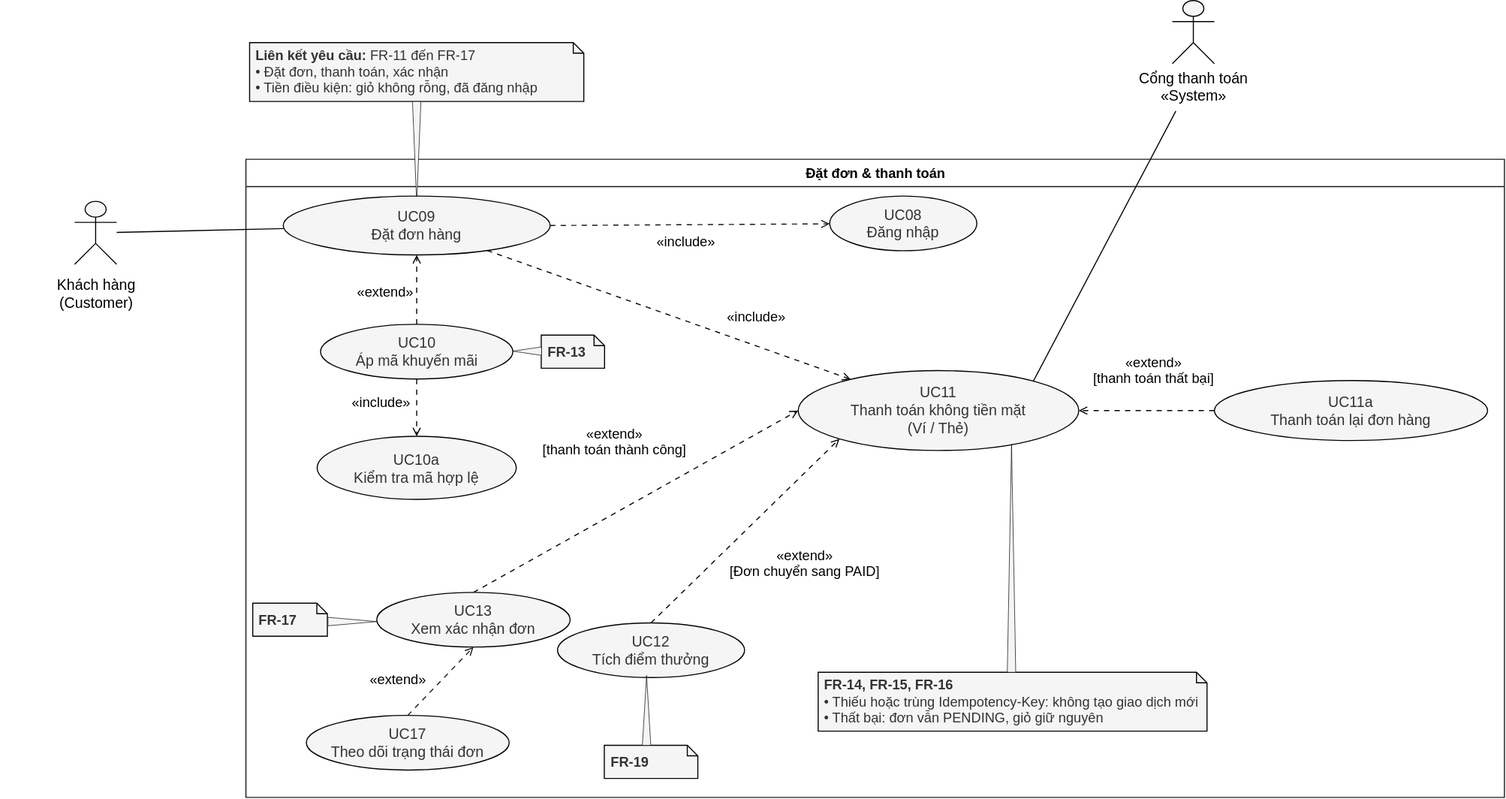
This is docs/diagrams/usecase-checkout.svg from DjCurse/BrewLite-2, a draw.io export, as it was before one commit. Source tidied: cells renumbered, new cells last; positions are measured from the earlier drawing's top-left corner, leaving out a move shared by most shapes. Source of this version:
```xml
<mxGraphModel>
  <root>
    <mxCell id="0" />
    <mxCell id="1" parent="0" />
    <mxCell id="2" value="Đặt đơn &amp; thanh toán" style="swimlane;startSize=26;fillColor=none;strokeColor=#181818;fontColor=#000000;fontSize=13;fontStyle=1;whiteSpace=wrap;" parent="1" vertex="1">
      <mxGeometry x="233.5" y="151" width="1197.5" height="607" as="geometry" />
    </mxCell>
    <mxCell id="3" style="shape=umlActor;html=1;fontSize=14;fillColor=#f5f5f5;fontColor=#333333;strokeColor=#000000;" parent="1" vertex="1">
      <mxGeometry x="70.5" y="191" width="40" height="60" as="geometry" />
    </mxCell>
    <mxCell id="4" style="endArrow=none;endFill=0;fontColor=#000000;fontSize=13;edgeStyle=none;rounded=0;html=1;curved=0;endSize=6;sourcePerimeterSpacing=0;targetPerimeterSpacing=0;fillColor=#f5f5f5;strokeColor=#000000;" parent="1" edge="1" source="3" target="9">
      <mxGeometry relative="1" as="geometry" />
    </mxCell>
    <mxCell id="5" style="endArrow=none;fontColor=#000000;fontSize=13;edgeStyle=none;rounded=0;html=1;curved=0;endSize=6;sourcePerimeterSpacing=0;targetPerimeterSpacing=0;exitX=0.343;exitY=1.051;exitDx=0;exitDy=0;exitPerimeter=0;entryX=0.716;entryY=0.945;entryDx=0;entryDy=0;entryPerimeter=0;fillColor=#f5f5f5;strokeColor=#000000;" parent="1" edge="1" source="34" target="11">
      <mxGeometry relative="1" as="geometry" />
    </mxCell>
    <mxCell id="6" value="&lt;b&gt;Liên kết yêu cầu:&lt;/b&gt; FR-11 đến FR-17&lt;br&gt;• Đặt đơn, thanh toán, xác nhận&lt;br&gt;• Tiền điều kiện: giỏ không rỗng, đã đăng nhập" style="shape=note;size=10;fontSize=13;whiteSpace=wrap;align=left;spacingLeft=4;html=1;fillColor=#f5f5f5;fontColor=#333333;strokeColor=#000000;" parent="1" vertex="1">
      <mxGeometry x="237" y="40" width="318" height="56" as="geometry" />
    </mxCell>
    <mxCell id="7" style="shape=triangle;strokeWidth=0.5;direction=south;fillColor=#f5f5f5;fontColor=#333333;strokeColor=#000000;" parent="1" vertex="1">
      <mxGeometry x="392" y="96" width="8" height="97" as="geometry" />
    </mxCell>
    <mxCell id="8" value="UC10&lt;br&gt;Áp mã khuyến mãi" style="ellipse;html=1;whiteSpace=wrap;fontSize=14;fillColor=#f5f5f5;fontColor=#333333;strokeColor=#000000;" parent="1" vertex="1">
      <mxGeometry x="304.5" y="308" width="183" height="52" as="geometry" />
    </mxCell>
    <mxCell id="9" value="UC09&lt;br&gt;Đặt đơn hàng" style="ellipse;html=1;whiteSpace=wrap;fontSize=14;fillColor=#f5f5f5;fontColor=#333333;strokeColor=#000000;" parent="1" vertex="1">
      <mxGeometry x="269" y="186" width="254" height="56" as="geometry" />
    </mxCell>
    <mxCell id="10" value="UC10a&lt;br&gt;Kiểm tra mã hợp lệ" style="ellipse;html=1;whiteSpace=wrap;fontSize=14;fillColor=#f5f5f5;fontColor=#333333;strokeColor=#000000;" parent="1" vertex="1">
      <mxGeometry x="301.2" y="414.5" width="189.5" height="60" as="geometry" />
    </mxCell>
    <mxCell id="11" value="UC11&lt;br&gt;Thanh toán không tiền mặt&lt;br&gt;(Ví / Thẻ)" style="ellipse;html=1;whiteSpace=wrap;fontSize=14;fillColor=#f5f5f5;fontColor=#333333;strokeColor=#000000;" parent="1" vertex="1">
      <mxGeometry x="759" y="352" width="267" height="76" as="geometry" />
    </mxCell>
    <mxCell id="12" value="«extend»" style="endArrow=open;dashed=1;dashPattern=5 5;fontColor=#000000;fontSize=13;edgeStyle=none;rounded=0;html=1;verticalAlign=bottom;curved=0;endSize=6;sourcePerimeterSpacing=0;targetPerimeterSpacing=0;fillColor=#f5f5f5;strokeColor=#000000;" parent="1" edge="1" source="8" target="9">
      <mxGeometry x="-0.38" y="30" relative="1" as="geometry" />
    </mxCell>
    <mxCell id="13" value="«include»" style="endArrow=open;dashed=1;dashPattern=5 5;fontColor=#000000;fontSize=13;edgeStyle=none;rounded=0;html=1;verticalAlign=bottom;curved=0;endSize=6;sourcePerimeterSpacing=0;targetPerimeterSpacing=0;fillColor=#f5f5f5;strokeColor=#000000;" parent="1" edge="1" source="8" target="10">
      <mxGeometry x="0.23" y="-34" relative="1" as="geometry" />
    </mxCell>
    <mxCell id="14" value="«extend»&lt;br&gt;[thanh toán thành công]" style="endArrow=open;dashed=1;dashPattern=5 5;fontColor=#000000;fontSize=13;edgeStyle=none;rounded=0;html=1;verticalAlign=bottom;curved=0;endSize=6;sourcePerimeterSpacing=0;targetPerimeterSpacing=0;entryX=0;entryY=0.5;entryDx=0;entryDy=0;exitX=0.5;exitY=0;exitDx=0;exitDy=0;fillColor=#f5f5f5;strokeColor=#000000;" parent="1" edge="1" source="21" target="11">
      <mxGeometry x="0.01" y="44" relative="1" as="geometry" />
    </mxCell>
    <mxCell id="15" value="«extend»&lt;br&gt;[Đơn chuyển sang PAID]" style="endArrow=open;dashed=1;dashPattern=5 5;fontColor=#000000;fontSize=13;edgeStyle=none;rounded=0;html=1;verticalAlign=bottom;curved=0;endSize=6;sourcePerimeterSpacing=0;targetPerimeterSpacing=0;entryX=0;entryY=1;entryDx=0;entryDy=0;exitX=0.5;exitY=0;exitDx=0;exitDy=0;fillColor=#f5f5f5;strokeColor=#000000;" parent="1" edge="1" source="20" target="11">
      <mxGeometry x="0.04" y="-75" relative="1" as="geometry" />
    </mxCell>
    <mxCell id="16" value="«include»" style="endArrow=open;dashed=1;dashPattern=5 5;fontColor=#000000;fontSize=13;edgeStyle=none;rounded=0;html=1;verticalAlign=bottom;curved=0;endSize=6;sourcePerimeterSpacing=0;targetPerimeterSpacing=0;fillColor=#f5f5f5;strokeColor=#000000;" parent="1" edge="1" source="9" target="11">
      <mxGeometry x="0.45" y="15" relative="1" as="geometry" />
    </mxCell>
    <mxCell id="17" value="«extend»&lt;br&gt;[thanh toán thất bại]" style="endArrow=open;dashed=1;dashPattern=5 5;fontColor=#000000;fontSize=13;edgeStyle=none;rounded=0;html=1;verticalAlign=bottom;curved=0;endSize=6;sourcePerimeterSpacing=0;targetPerimeterSpacing=0;fillColor=#f5f5f5;strokeColor=#000000;exitX=0;exitY=0.5;exitDx=0;exitDy=0;" parent="1" edge="1" source="19" target="11">
      <mxGeometry x="-0.1" y="-20" relative="1" as="geometry" />
    </mxCell>
    <mxCell id="18" value="Khách hàng&#10;(Customer)" style="text;html=1;align=center;verticalAlign=middle;spacingBottom=1;fontSize=14;strokeColor=#FFFFFF;" parent="1" vertex="1">
      <mxGeometry y="259" width="181" height="41" as="geometry" />
    </mxCell>
    <mxCell id="19" value="UC11a&lt;br&gt;Thanh toán lại đơn hàng" style="ellipse;html=1;whiteSpace=wrap;fontSize=14;fillColor=#f5f5f5;fontColor=#333333;strokeColor=#000000;" parent="1" vertex="1">
      <mxGeometry x="1155" y="361.5" width="260" height="57" as="geometry" />
    </mxCell>
    <mxCell id="20" value="UC12&lt;br&gt;Tích điểm thưởng" style="ellipse;html=1;whiteSpace=wrap;fontSize=14;fillColor=#f5f5f5;fontColor=#333333;strokeColor=#000000;" parent="1" vertex="1">
      <mxGeometry x="530" y="592" width="178" height="52" as="geometry" />
    </mxCell>
    <mxCell id="21" value="UC13&lt;br&gt;Xem xác nhận đơn" style="ellipse;html=1;whiteSpace=wrap;fontSize=14;fillColor=#f5f5f5;fontColor=#333333;strokeColor=#000000;" parent="1" vertex="1">
      <mxGeometry x="358" y="563" width="184" height="52" as="geometry" />
    </mxCell>
    <mxCell id="22" value="&lt;b&gt;FR-17&lt;/b&gt;" style="shape=note;size=10;fontSize=13;whiteSpace=wrap;align=left;spacingLeft=4;html=1;fillColor=#f5f5f5;fontColor=#333333;strokeColor=#000000;" parent="1" vertex="1">
      <mxGeometry x="240" y="573.2" width="71" height="31.5" as="geometry" />
    </mxCell>
    <mxCell id="23" style="shape=triangle;strokeWidth=0.5;direction=north;fillColor=#f5f5f5;fontColor=#333333;strokeColor=#000000;rotation=90;" parent="1" vertex="1">
      <mxGeometry x="330.8" y="567.5" width="8" height="46.4" as="geometry" />
    </mxCell>
    <mxCell id="24" value="&lt;b&gt;FR-13&lt;/b&gt;" style="shape=note;size=10;fontSize=13;whiteSpace=wrap;align=left;spacingLeft=4;html=1;fillColor=#f5f5f5;fontColor=#333333;strokeColor=#000000;" parent="1" vertex="1">
      <mxGeometry x="514.5" y="318.2" width="60.2" height="31.5" as="geometry" />
    </mxCell>
    <mxCell id="25" style="shape=triangle;strokeWidth=0.5;direction=north;rotation=-90;fillColor=#f5f5f5;fontColor=#333333;strokeColor=#000000;" parent="1" vertex="1">
      <mxGeometry x="497.1" y="319.9" width="8" height="27.2" as="geometry" />
    </mxCell>
    <mxCell id="26" value="&lt;b&gt;FR-19&lt;/b&gt;" style="shape=note;size=10;fontSize=13;whiteSpace=wrap;align=left;spacingLeft=4;html=1;fillColor=#f5f5f5;fontColor=#333333;strokeColor=#000000;" parent="1" vertex="1">
      <mxGeometry x="574.5" y="708.5" width="89" height="31.5" as="geometry" />
    </mxCell>
    <mxCell id="27" style="shape=triangle;strokeWidth=0.5;direction=north;fillColor=#f5f5f5;fontColor=#333333;strokeColor=#000000;" parent="1" vertex="1">
      <mxGeometry x="610.8" y="642" width="8" height="66.5" as="geometry" />
    </mxCell>
    <mxCell id="28" value="UC17&lt;br&gt;Theo dõi trạng thái đơn" style="ellipse;html=1;fillColor=#f5f5f5;strokeColor=#000000;whiteSpace=wrap;fontColor=#333333;fontSize=14;align=center;verticalAlign=middle;fontFamily=Helvetica;" parent="1" vertex="1">
      <mxGeometry x="291" y="680" width="193" height="52" as="geometry" />
    </mxCell>
    <mxCell id="29" value="«extend»" style="endArrow=open;dashed=1;dashPattern=5 5;strokeColor=#181818;fontColor=#000000;fontSize=13;edgeStyle=none;rounded=0;html=1;verticalAlign=bottom;curved=0;endSize=6;sourcePerimeterSpacing=0;targetPerimeterSpacing=0;exitX=0.5;exitY=0;exitDx=0;exitDy=0;entryX=0.5;entryY=1;entryDx=0;entryDy=0;" parent="1" edge="1" source="28" target="21">
      <mxGeometry x="-0.78" y="23" relative="1" as="geometry" />
    </mxCell>
    <mxCell id="30" value="UC08&lt;br&gt;Đăng nhập" style="ellipse;html=1;fillColor=#f5f5f5;strokeColor=#000000;whiteSpace=wrap;fontColor=#333333;fontSize=14;align=center;verticalAlign=middle;fontFamily=Helvetica;" parent="1" vertex="1">
      <mxGeometry x="789" y="186" width="140" height="52" as="geometry" />
    </mxCell>
    <mxCell id="31" value="«include»" style="endArrow=open;dashed=1;dashPattern=5 5;strokeColor=#181818;fontColor=#000000;fontSize=13;edgeStyle=none;rounded=0;html=1;verticalAlign=bottom;curved=0;endSize=6;sourcePerimeterSpacing=0;targetPerimeterSpacing=0;exitX=1;exitY=0.5;exitDx=0;exitDy=0;" parent="1" edge="1" source="9" target="30">
      <mxGeometry x="-0.03" y="-27" relative="1" as="geometry" />
    </mxCell>
    <mxCell id="32" style="group;" parent="1" vertex="1">
      <mxGeometry x="1082" width="106" height="103" as="geometry" />
    </mxCell>
    <mxCell id="33" style="shape=umlActor;html=1;fontSize=14;fillColor=#f5f5f5;fontColor=#333333;strokeColor=#000000;" parent="32" vertex="1">
      <mxGeometry x="33" width="40" height="60" as="geometry" />
    </mxCell>
    <mxCell id="34" value="Cổng thanh toán&lt;br&gt;«System»" style="text;html=1;align=center;verticalAlign=middle;spacingBottom=1;fontSize=14;fontFamily=Helvetica;" parent="32" vertex="1">
      <mxGeometry y="62" width="106" height="41" as="geometry" />
    </mxCell>
    <mxCell id="35" value="&lt;b&gt;FR-14, FR-15, FR-16&lt;/b&gt;&lt;br&gt;• Thiếu hoặc trùng Idempotency-Key: không tạo giao dịch mới&lt;br&gt;• Thất bại: đơn vẫn PENDING, giỏ giữ nguyên" style="shape=note;size=10;fontSize=13;whiteSpace=wrap;align=left;spacingLeft=4;html=1;fillColor=#f5f5f5;fontColor=#333333;strokeColor=#000000;" parent="1" vertex="1">
      <mxGeometry x="778" y="639" width="370" height="56" as="geometry" />
    </mxCell>
    <mxCell id="36" style="shape=triangle;strokeWidth=0.5;direction=north;fillColor=#f5f5f5;fontColor=#333333;strokeColor=#000000;" parent="1" vertex="1">
      <mxGeometry x="958" y="422" width="8" height="217" as="geometry" />
    </mxCell>
  </root>
</mxGraphModel>
```
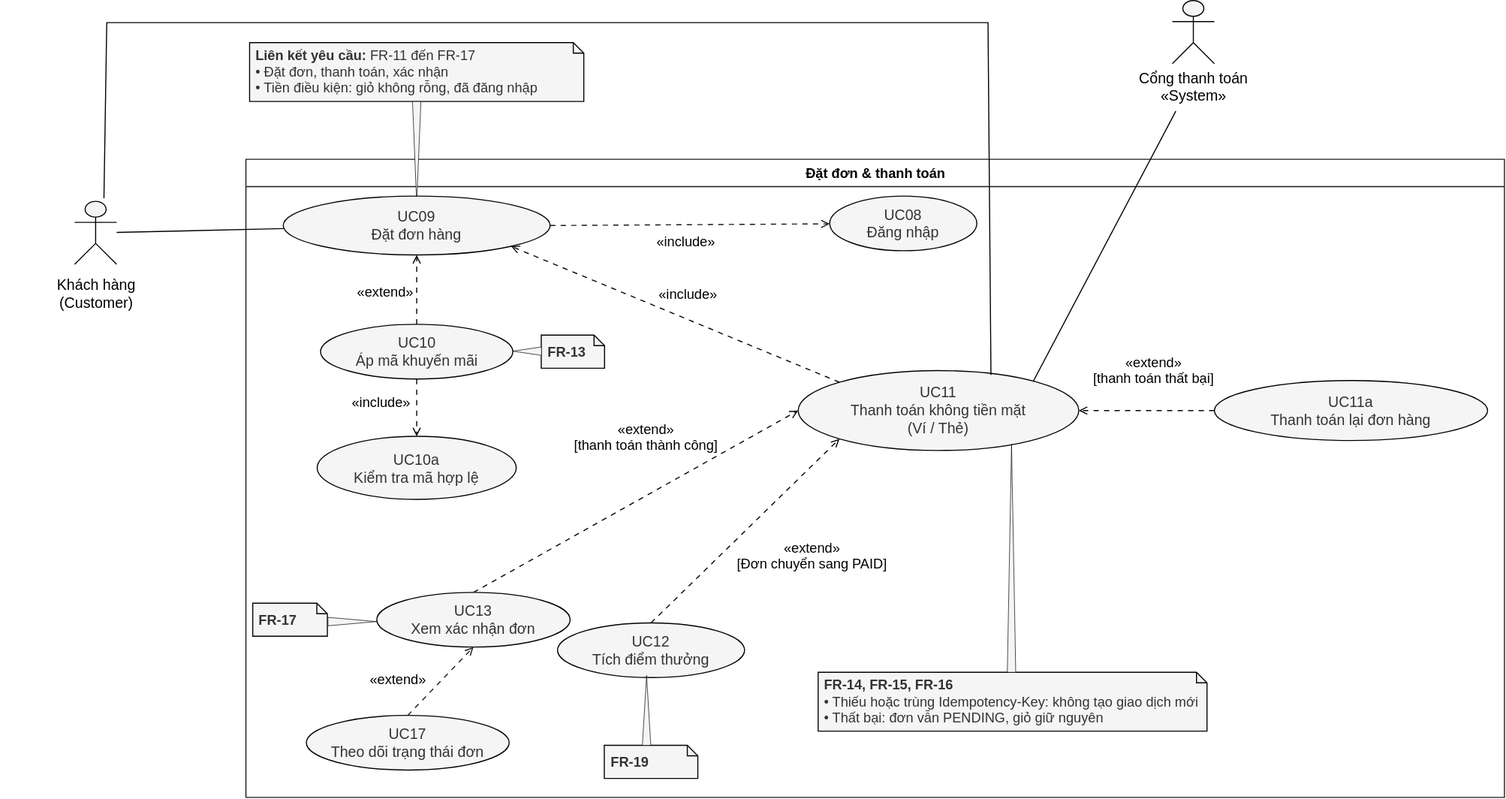
After the change.

Commit message:
đặc tả usecase đặt đơn và thanh toán

What changed in the source:
```diff
@@ -39,13 +39,13 @@
       <mxGeometry x="0.23" y="-34" relative="1" as="geometry" />
     </mxCell>
     <mxCell id="14" value="«extend»&lt;br&gt;[thanh toán thành công]" style="endArrow=open;dashed=1;dashPattern=5 5;fontColor=#000000;fontSize=13;edgeStyle=none;rounded=0;html=1;verticalAlign=bottom;curved=0;endSize=6;sourcePerimeterSpacing=0;targetPerimeterSpacing=0;entryX=0;entryY=0.5;entryDx=0;entryDy=0;exitX=0.5;exitY=0;exitDx=0;exitDy=0;fillColor=#f5f5f5;strokeColor=#000000;" parent="1" edge="1" source="21" target="11">
-      <mxGeometry x="0.01" y="44" relative="1" as="geometry" />
+      <mxGeometry x="0.16" y="33" relative="1" as="geometry" />
     </mxCell>
     <mxCell id="15" value="«extend»&lt;br&gt;[Đơn chuyển sang PAID]" style="endArrow=open;dashed=1;dashPattern=5 5;fontColor=#000000;fontSize=13;edgeStyle=none;rounded=0;html=1;verticalAlign=bottom;curved=0;endSize=6;sourcePerimeterSpacing=0;targetPerimeterSpacing=0;entryX=0;entryY=1;entryDx=0;entryDy=0;exitX=0.5;exitY=0;exitDx=0;exitDy=0;fillColor=#f5f5f5;strokeColor=#000000;" parent="1" edge="1" source="20" target="11">
-      <mxGeometry x="0.04" y="-75" relative="1" as="geometry" />
+      <mxGeometry x="0.12" y="-75" relative="1" as="geometry" />
     </mxCell>
-    <mxCell id="16" value="«include»" style="endArrow=open;dashed=1;dashPattern=5 5;fontColor=#000000;fontSize=13;edgeStyle=none;rounded=0;html=1;verticalAlign=bottom;curved=0;endSize=6;sourcePerimeterSpacing=0;targetPerimeterSpacing=0;fillColor=#f5f5f5;strokeColor=#000000;" parent="1" edge="1" source="9" target="11">
-      <mxGeometry x="0.45" y="15" relative="1" as="geometry" />
+    <mxCell id="16" value="«include»" style="endArrow=open;dashed=1;dashPattern=5 5;fontColor=#000000;fontSize=13;edgeStyle=none;rounded=0;html=1;verticalAlign=bottom;curved=0;endSize=6;sourcePerimeterSpacing=0;targetPerimeterSpacing=0;fillColor=#f5f5f5;strokeColor=#000000;exitX=0;exitY=0;exitDx=0;exitDy=0;entryX=1;entryY=1;entryDx=0;entryDy=0;" parent="1" edge="1" source="11" target="9">
+      <mxGeometry x="-0.05" y="-12" relative="1" as="geometry" />
     </mxCell>
     <mxCell id="17" value="«extend»&lt;br&gt;[thanh toán thất bại]" style="endArrow=open;dashed=1;dashPattern=5 5;fontColor=#000000;fontSize=13;edgeStyle=none;rounded=0;html=1;verticalAlign=bottom;curved=0;endSize=6;sourcePerimeterSpacing=0;targetPerimeterSpacing=0;fillColor=#f5f5f5;strokeColor=#000000;exitX=0;exitY=0.5;exitDx=0;exitDy=0;" parent="1" edge="1" source="19" target="11">
       <mxGeometry x="-0.1" y="-20" relative="1" as="geometry" />
@@ -107,5 +107,14 @@
     <mxCell id="36" style="shape=triangle;strokeWidth=0.5;direction=north;fillColor=#f5f5f5;fontColor=#333333;strokeColor=#000000;" parent="1" vertex="1">
       <mxGeometry x="958" y="422" width="8" height="217" as="geometry" />
     </mxCell>
+    <mxCell id="37" style="endArrow=none;endFill=0;fontColor=#000000;fontSize=13;edgeStyle=none;rounded=0;html=1;curved=0;endSize=6;sourcePerimeterSpacing=0;targetPerimeterSpacing=0;fillColor=#f5f5f5;strokeColor=#000000;entryX=0.687;entryY=0.055;entryDx=0;entryDy=0;entryPerimeter=0;" parent="1" edge="1" target="11">
+      <mxGeometry relative="1" as="geometry">
+        <mxPoint x="98.4" y="188" as="sourcePoint" />
+        <Array as="points">
+          <mxPoint x="101.1" y="21" />
+          <mxPoint x="939.6" y="21" />
+        </Array>
+      </mxGeometry>
+    </mxCell>
   </root>
 </mxGraphModel>
```
